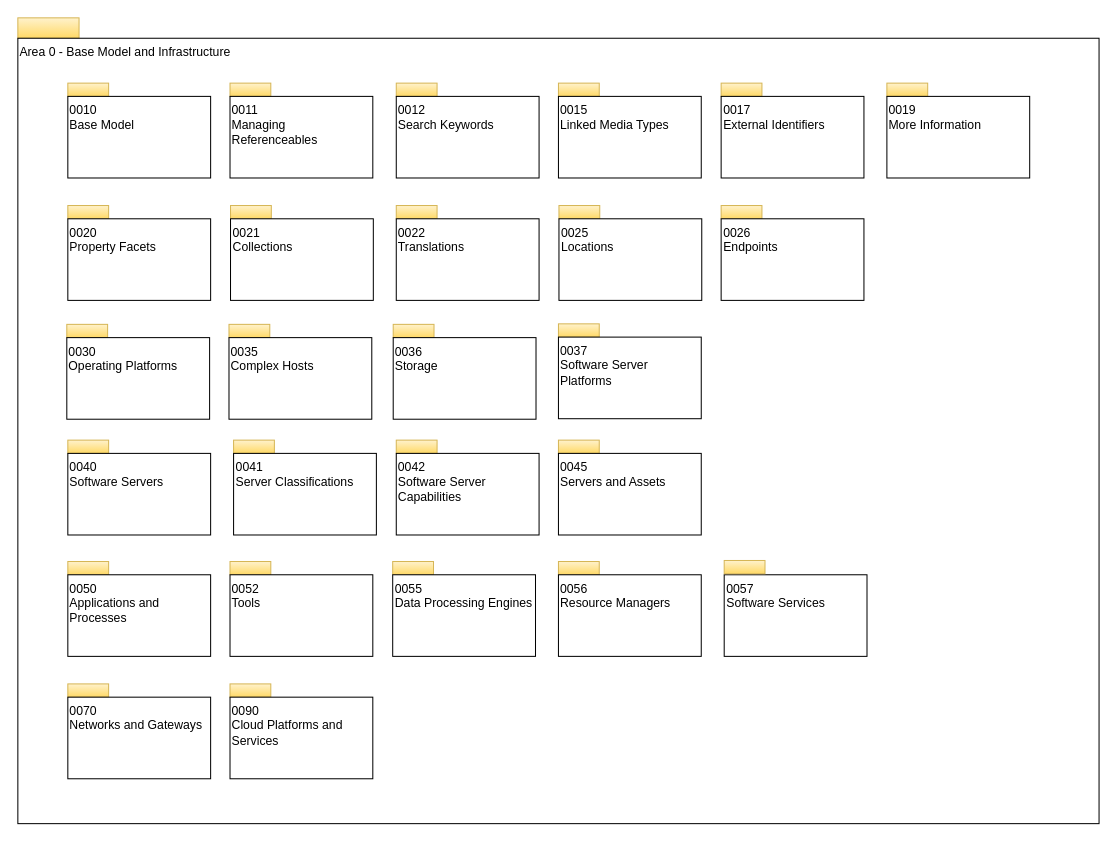
Above: page "overview" (1 of 31) of site/docs/types/0/area-0-basic-types-and-infrastructure.drawio in odpi/egeria-docs (draw.io), before the change. Source tidied: cells renumbered, new cells numbered last; positions are measured from the earlier drawing's top-left corner, leaving out a move shared by most shapes. Both pictures are drawn from the tidied source at 102%, with x=0, y=0 at pixel (17, 17).
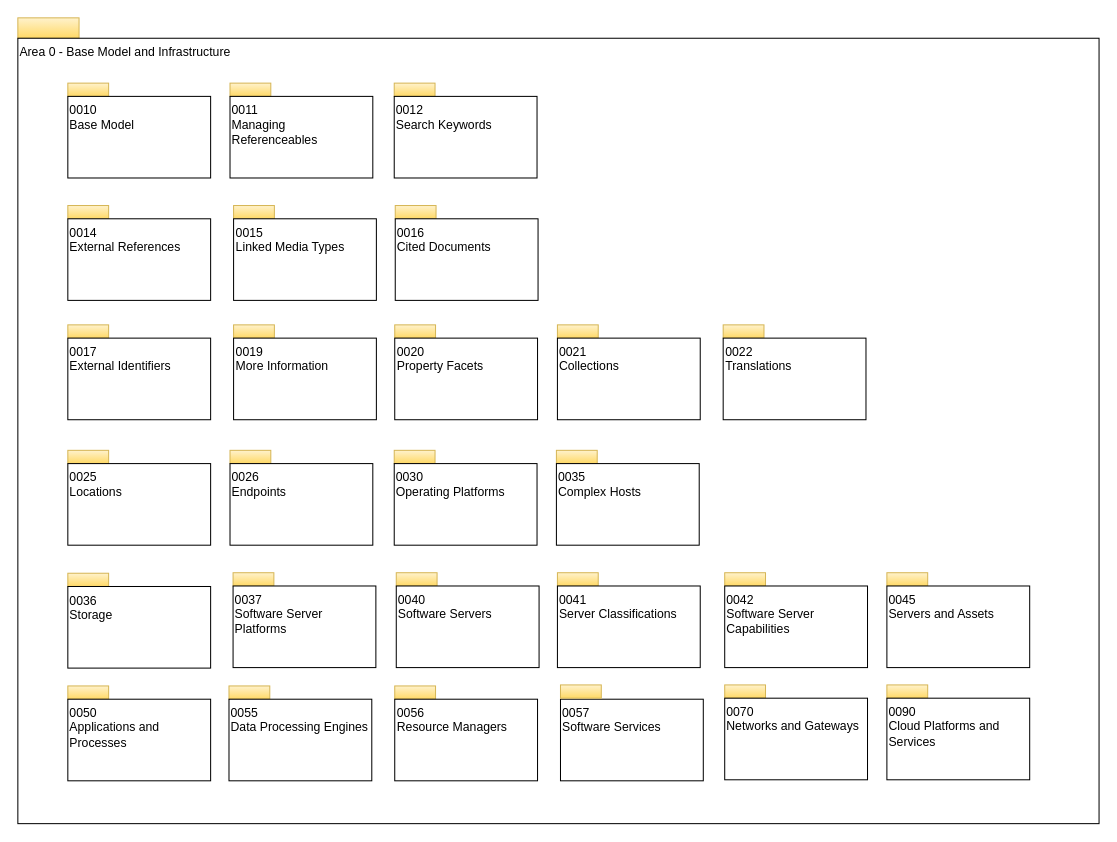
The same diagram, later.

Diff of the diagram source:
```diff
@@
     <mxCell id="4" style="rounded=0;whiteSpace=wrap;html=1;align=left;fillColor=#fff2cc;strokeColor=#d6b656;gradientColor=#ffd966;" parent="1" vertex="1">
-      <mxGeometry x="371" y="64" width="40" height="13" as="geometry" />
+      <mxGeometry x="369" y="64" width="40" height="13" as="geometry" />
     </mxCell>
     <mxCell id="5" value="0012&lt;br&gt;Search Keywords" style="rounded=0;whiteSpace=wrap;html=1;align=left;verticalAlign=top;" parent="1" vertex="1">
-      <mxGeometry x="371" y="77" width="140" height="80" as="geometry" />
+      <mxGeometry x="369" y="77" width="140" height="80" as="geometry" />
     </mxCell>
     <mxCell id="6" style="rounded=0;whiteSpace=wrap;html=1;align=left;fillColor=#fff2cc;strokeColor=#d6b656;gradientColor=#ffd966;" parent="1" vertex="1">
-      <mxGeometry x="530" y="64" width="40" height="13" as="geometry" />
+      <mxGeometry x="211.5" y="184" width="40" height="13" as="geometry" />
     </mxCell>
     <mxCell id="7" value="0015&lt;br&gt;Linked Media Types" style="rounded=0;whiteSpace=wrap;html=1;align=left;verticalAlign=top;" parent="1" vertex="1">
-      <mxGeometry x="530" y="77" width="140" height="80" as="geometry" />
+      <mxGeometry x="211.5" y="197" width="140" height="80" as="geometry" />
     </mxCell>
     <mxCell id="8" style="rounded=0;whiteSpace=wrap;html=1;align=left;fillColor=#fff2cc;strokeColor=#d6b656;gradientColor=#ffd966;" parent="1" vertex="1">
-      <mxGeometry x="689.5" y="64" width="40" height="13" as="geometry" />
+      <mxGeometry x="49" y="301" width="40" height="13" as="geometry" />
     </mxCell>
     <mxCell id="9" value="0017&lt;br&gt;External Identifiers&lt;br&gt;" style="rounded=0;whiteSpace=wrap;html=1;align=left;verticalAlign=top;" parent="1" vertex="1">
-      <mxGeometry x="689.5" y="77" width="140" height="80" as="geometry" />
+      <mxGeometry x="49" y="314" width="140" height="80" as="geometry" />
     </mxCell>
     <mxCell id="10" style="rounded=0;whiteSpace=wrap;html=1;align=left;fillColor=#fff2cc;strokeColor=#d6b656;gradientColor=#ffd966;" parent="1" vertex="1">
-      <mxGeometry x="49" y="184" width="40" height="13" as="geometry" />
+      <mxGeometry x="369.5" y="301" width="40" height="13" as="geometry" />
     </mxCell>
     <mxCell id="11" value="0020&lt;br&gt;Property Facets&lt;br&gt;" style="rounded=0;whiteSpace=wrap;html=1;align=left;verticalAlign=top;" parent="1" vertex="1">
-      <mxGeometry x="49" y="197" width="140" height="80" as="geometry" />
+      <mxGeometry x="369.5" y="314" width="140" height="80" as="geometry" />
     </mxCell>
     <mxCell id="12" style="rounded=0;whiteSpace=wrap;html=1;align=left;fillColor=#fff2cc;strokeColor=#d6b656;gradientColor=#ffd966;" parent="1" vertex="1">
-      <mxGeometry x="208.5" y="184" width="40" height="13" as="geometry" />
+      <mxGeometry x="529" y="301" width="40" height="13" as="geometry" />
     </mxCell>
     <mxCell id="13" value="0021&lt;br&gt;Collections" style="rounded=0;whiteSpace=wrap;html=1;align=left;verticalAlign=top;" parent="1" vertex="1">
-      <mxGeometry x="208.5" y="197" width="140" height="80" as="geometry" />
+      <mxGeometry x="529" y="314" width="140" height="80" as="geometry" />
     </mxCell>
     <mxCell id="14" style="rounded=0;whiteSpace=wrap;html=1;align=left;fillColor=#fff2cc;strokeColor=#d6b656;gradientColor=#ffd966;" parent="1" vertex="1">
-      <mxGeometry x="48" y="300.5" width="40" height="13" as="geometry" />
+      <mxGeometry x="369" y="424" width="40" height="13" as="geometry" />
     </mxCell>
     <mxCell id="15" value="0030&lt;br&gt;Operating Platforms" style="rounded=0;whiteSpace=wrap;html=1;align=left;verticalAlign=top;" parent="1" vertex="1">
-      <mxGeometry x="48" y="313.5" width="140" height="80" as="geometry" />
+      <mxGeometry x="369" y="437" width="140" height="80" as="geometry" />
     </mxCell>
     <mxCell id="16" style="rounded=0;whiteSpace=wrap;html=1;align=left;fillColor=#fff2cc;strokeColor=#d6b656;gradientColor=#ffd966;" parent="1" vertex="1">
-      <mxGeometry x="207" y="300.5" width="40" height="13" as="geometry" />
+      <mxGeometry x="528" y="424" width="40" height="13" as="geometry" />
     </mxCell>
     <mxCell id="17" value="0035&lt;br&gt;Complex Hosts&lt;br&gt;" style="rounded=0;whiteSpace=wrap;html=1;align=left;verticalAlign=top;" parent="1" vertex="1">
-      <mxGeometry x="207" y="313.5" width="140" height="80" as="geometry" />
+      <mxGeometry x="528" y="437" width="140" height="80" as="geometry" />
     </mxCell>
     <mxCell id="18" style="rounded=0;whiteSpace=wrap;html=1;align=left;fillColor=#fff2cc;strokeColor=#d6b656;gradientColor=#ffd966;" parent="1" vertex="1">
-      <mxGeometry x="49" y="414" width="40" height="13" as="geometry" />
+      <mxGeometry x="371" y="544" width="40" height="13" as="geometry" />
     </mxCell>
     <mxCell id="19" value="0040&lt;br&gt;Software Servers&lt;br&gt;" style="rounded=0;whiteSpace=wrap;html=1;align=left;verticalAlign=top;" parent="1" vertex="1">
-      <mxGeometry x="49" y="427" width="140" height="80" as="geometry" />
+      <mxGeometry x="371" y="557" width="140" height="80" as="geometry" />
     </mxCell>
     <mxCell id="20" style="rounded=0;whiteSpace=wrap;html=1;align=left;fillColor=#fff2cc;strokeColor=#d6b656;gradientColor=#ffd966;" parent="1" vertex="1">
-      <mxGeometry x="211.5" y="414" width="40" height="13" as="geometry" />
+      <mxGeometry x="529" y="544" width="40" height="13" as="geometry" />
     </mxCell>
     <mxCell id="21" value="0041&lt;br&gt;Server Classifications" style="rounded=0;whiteSpace=wrap;html=1;align=left;verticalAlign=top;" parent="1" vertex="1">
-      <mxGeometry x="211.5" y="427" width="140" height="80" as="geometry" />
+      <mxGeometry x="529" y="557" width="140" height="80" as="geometry" />
     </mxCell>
-    <mxCell id="22" style="rounded=0;whiteSpace=wrap;html=1;align=left;fillColor=#fff2cc;strokeColor=#d6b656;gradientColor=#ffd966;" parent="1" vertex="1">
-      <mxGeometry x="49" y="653" width="40" height="13" as="geometry" />
-    </mxCell>
-    <mxCell id="23" value="0070&lt;br&gt;Networks and Gateways&lt;br&gt;" style="rounded=0;whiteSpace=wrap;html=1;align=left;verticalAlign=top;" parent="1" vertex="1">
-      <mxGeometry x="49" y="666" width="140" height="80" as="geometry" />
-    </mxCell>
-    <mxCell id="24" style="rounded=0;whiteSpace=wrap;html=1;align=left;fillColor=#fff2cc;strokeColor=#d6b656;gradientColor=#ffd966;" parent="1" vertex="1">
-      <mxGeometry x="208" y="653" width="40" height="13" as="geometry" />
-    </mxCell>
-    <mxCell id="25" value="0090&lt;br&gt;Cloud Platforms and Services&lt;br&gt;" style="rounded=0;whiteSpace=wrap;html=1;align=left;verticalAlign=top;" parent="1" vertex="1">
-      <mxGeometry x="208" y="666" width="140" height="80" as="geometry" />
-    </mxCell>
-    <mxCell id="26" style="rounded=0;whiteSpace=wrap;html=1;align=left;fillColor=#fff2cc;strokeColor=#d6b656;gradientColor=#ffd966;" parent="1" vertex="1">
-      <mxGeometry x="49" y="533" width="40" height="13" as="geometry" />
-    </mxCell>
-    <mxCell id="27" value="0050&lt;br&gt;Applications and&lt;br&gt;Processes&lt;br&gt;" style="rounded=0;whiteSpace=wrap;html=1;align=left;verticalAlign=top;" parent="1" vertex="1">
-      <mxGeometry x="49" y="546" width="140" height="80" as="geometry" />
-    </mxCell>
     <mxCell id="28" style="rounded=0;whiteSpace=wrap;html=1;align=left;fillColor=#fff2cc;strokeColor=#d6b656;gradientColor=#ffd966;" parent="1" vertex="1">
-      <mxGeometry x="208" y="533" width="40" height="13" as="geometry" />
+      <mxGeometry x="49" y="184" width="40" height="13" as="geometry" />
     </mxCell>
-    <mxCell id="29" value="0052&lt;br&gt;Tools&lt;br&gt;" style="rounded=0;whiteSpace=wrap;html=1;align=left;verticalAlign=top;" parent="1" vertex="1">
-      <mxGeometry x="208" y="546" width="140" height="80" as="geometry" />
+    <mxCell id="29" value="0014&lt;br&gt;External References" style="rounded=0;whiteSpace=wrap;html=1;align=left;verticalAlign=top;" parent="1" vertex="1">
+      <mxGeometry x="49" y="197" width="140" height="80" as="geometry" />
     </mxCell>
-    <mxCell id="30" style="rounded=0;whiteSpace=wrap;html=1;align=left;fillColor=#fff2cc;strokeColor=#d6b656;gradientColor=#ffd966;" parent="1" vertex="1">
-      <mxGeometry x="367.5" y="533" width="40" height="13" as="geometry" />
-    </mxCell>
-    <mxCell id="31" value="0055&lt;br&gt;Data Processing Engines&lt;br&gt;" style="rounded=0;whiteSpace=wrap;html=1;align=left;verticalAlign=top;" parent="1" vertex="1">
-      <mxGeometry x="367.5" y="546" width="140" height="80" as="geometry" />
-    </mxCell>
     <mxCell id="32" style="rounded=0;whiteSpace=wrap;html=1;align=left;fillColor=#fff2cc;strokeColor=#d6b656;gradientColor=#ffd966;" parent="1" vertex="1">
-      <mxGeometry x="368" y="300.5" width="40" height="13" as="geometry" />
+      <mxGeometry x="49" y="544.5" width="40" height="13" as="geometry" />
     </mxCell>
     <mxCell id="33" value="0036&lt;br&gt;Storage" style="rounded=0;whiteSpace=wrap;html=1;align=left;verticalAlign=top;" parent="1" vertex="1">
-      <mxGeometry x="368" y="313.5" width="140" height="80" as="geometry" />
+      <mxGeometry x="49" y="557.5" width="140" height="80" as="geometry" />
     </mxCell>
     <mxCell id="34" style="rounded=0;whiteSpace=wrap;html=1;align=left;fillColor=#fff2cc;strokeColor=#d6b656;gradientColor=#ffd966;" parent="1" vertex="1">
-      <mxGeometry x="371" y="414" width="40" height="13" as="geometry" />
+      <mxGeometry x="693" y="544" width="40" height="13" as="geometry" />
     </mxCell>
     <mxCell id="35" value="0042&lt;br&gt;Software Server Capabilities" style="rounded=0;whiteSpace=wrap;html=1;align=left;verticalAlign=top;" parent="1" vertex="1">
-      <mxGeometry x="371" y="427" width="140" height="80" as="geometry" />
+      <mxGeometry x="693" y="557" width="140" height="80" as="geometry" />
     </mxCell>
     <mxCell id="36" style="rounded=0;whiteSpace=wrap;html=1;align=left;fillColor=#fff2cc;strokeColor=#d6b656;gradientColor=#ffd966;" parent="1" vertex="1">
-      <mxGeometry x="852" y="64" width="40" height="13" as="geometry" />
+      <mxGeometry x="211.5" y="301" width="40" height="13" as="geometry" />
     </mxCell>
     <mxCell id="37" value="0019&lt;br&gt;More Information" style="rounded=0;whiteSpace=wrap;html=1;align=left;verticalAlign=top;" parent="1" vertex="1">
-      <mxGeometry x="852" y="77" width="140" height="80" as="geometry" />
+      <mxGeometry x="211.5" y="314" width="140" height="80" as="geometry" />
     </mxCell>
-    <mxCell id="38" style="rounded=0;whiteSpace=wrap;html=1;align=left;fillColor=#fff2cc;strokeColor=#d6b656;gradientColor=#ffd966;" parent="1" vertex="1">
-      <mxGeometry x="530" y="533" width="40" height="13" as="geometry" />
-    </mxCell>
-    <mxCell id="39" value="0056&lt;br&gt;Resource Managers" style="rounded=0;whiteSpace=wrap;html=1;align=left;verticalAlign=top;" parent="1" vertex="1">
-      <mxGeometry x="530" y="546" width="140" height="80" as="geometry" />
-    </mxCell>
@@
-    <mxCell id="44" value="0057&lt;br&gt;Software Services" style="rounded=0;whiteSpace=wrap;html=1;align=left;verticalAlign=top;" parent="1" vertex="1">
-      <mxGeometry x="692.5" y="546" width="140" height="80" as="geometry" />
-    </mxCell>
-    <mxCell id="45" style="rounded=0;whiteSpace=wrap;html=1;align=left;fillColor=#fff2cc;strokeColor=#d6b656;gradientColor=#ffd966;" parent="1" vertex="1">
-      <mxGeometry x="692.5" y="532" width="40" height="13" as="geometry" />
-    </mxCell>
     <mxCell id="46" style="rounded=0;whiteSpace=wrap;html=1;align=left;fillColor=#fff2cc;strokeColor=#d6b656;gradientColor=#ffd966;" parent="1" vertex="1">
-      <mxGeometry x="530.5" y="184" width="40" height="13" as="geometry" />
+      <mxGeometry x="49" y="424" width="40" height="13" as="geometry" />
     </mxCell>
     <mxCell id="47" value="0025&lt;br&gt;Locations&lt;br&gt;" style="rounded=0;whiteSpace=wrap;html=1;align=left;verticalAlign=top;" parent="1" vertex="1">
-      <mxGeometry x="530.5" y="197" width="140" height="80" as="geometry" />
+      <mxGeometry x="49" y="437" width="140" height="80" as="geometry" />
     </mxCell>
     <mxCell id="48" style="rounded=0;whiteSpace=wrap;html=1;align=left;fillColor=#fff2cc;strokeColor=#d6b656;gradientColor=#ffd966;" parent="1" vertex="1">
-      <mxGeometry x="689.5" y="184" width="40" height="13" as="geometry" />
+      <mxGeometry x="208" y="424" width="40" height="13" as="geometry" />
     </mxCell>
     <mxCell id="49" value="0026&lt;br&gt;Endpoints" style="rounded=0;whiteSpace=wrap;html=1;align=left;verticalAlign=top;" parent="1" vertex="1">
-      <mxGeometry x="689.5" y="197" width="140" height="80" as="geometry" />
+      <mxGeometry x="208" y="437" width="140" height="80" as="geometry" />
     </mxCell>
     <mxCell id="50" style="rounded=0;whiteSpace=wrap;html=1;align=left;fillColor=#fff2cc;strokeColor=#d6b656;gradientColor=#ffd966;" parent="1" vertex="1">
-      <mxGeometry x="530" y="300" width="40" height="13" as="geometry" />
+      <mxGeometry x="211" y="544" width="40" height="13" as="geometry" />
     </mxCell>
     <mxCell id="51" value="0037&lt;br&gt;Software Server Platforms" style="rounded=0;whiteSpace=wrap;html=1;align=left;verticalAlign=top;" parent="1" vertex="1">
-      <mxGeometry x="530" y="313" width="140" height="80" as="geometry" />
+      <mxGeometry x="211" y="557" width="140" height="80" as="geometry" />
     </mxCell>
     <mxCell id="52" style="rounded=0;whiteSpace=wrap;html=1;align=left;fillColor=#fff2cc;strokeColor=#d6b656;gradientColor=#ffd966;" parent="1" vertex="1">
-      <mxGeometry x="530" y="414" width="40" height="13" as="geometry" />
+      <mxGeometry x="852" y="544" width="40" height="13" as="geometry" />
     </mxCell>
     <mxCell id="53" value="0045&lt;br&gt;Servers and Assets&lt;br&gt;" style="rounded=0;whiteSpace=wrap;html=1;align=left;verticalAlign=top;" parent="1" vertex="1">
-      <mxGeometry x="530" y="427" width="140" height="80" as="geometry" />
+      <mxGeometry x="852" y="557" width="140" height="80" as="geometry" />
     </mxCell>
     <mxCell id="54" style="rounded=0;whiteSpace=wrap;html=1;align=left;fillColor=#fff2cc;strokeColor=#d6b656;gradientColor=#ffd966;" parent="1" vertex="1">
-      <mxGeometry x="371" y="184" width="40" height="13" as="geometry" />
+      <mxGeometry x="691.5" y="301" width="40" height="13" as="geometry" />
     </mxCell>
     <mxCell id="55" value="0022&lt;br&gt;Translations" style="rounded=0;whiteSpace=wrap;html=1;align=left;verticalAlign=top;" parent="1" vertex="1">
-      <mxGeometry x="371" y="197" width="140" height="80" as="geometry" />
+      <mxGeometry x="691.5" y="314" width="140" height="80" as="geometry" />
     </mxCell>
+    <mxCell id="56" style="rounded=0;whiteSpace=wrap;html=1;align=left;fillColor=#fff2cc;strokeColor=#d6b656;gradientColor=#ffd966;" parent="1" vertex="1">
+      <mxGeometry x="693" y="654" width="40" height="13" as="geometry" />
+    </mxCell>
+    <mxCell id="23" value="0070&lt;br&gt;Networks and Gateways&lt;br&gt;" style="rounded=0;whiteSpace=wrap;html=1;align=left;verticalAlign=top;" parent="1" vertex="1">
+      <mxGeometry x="693" y="667" width="140" height="80" as="geometry" />
+    </mxCell>
+    <mxCell id="57" style="rounded=0;whiteSpace=wrap;html=1;align=left;fillColor=#fff2cc;strokeColor=#d6b656;gradientColor=#ffd966;" parent="1" vertex="1">
+      <mxGeometry x="852" y="654" width="40" height="13" as="geometry" />
+    </mxCell>
+    <mxCell id="25" value="0090&lt;br&gt;Cloud Platforms and Services&lt;br&gt;" style="rounded=0;whiteSpace=wrap;html=1;align=left;verticalAlign=top;" parent="1" vertex="1">
+      <mxGeometry x="852" y="667" width="140" height="80" as="geometry" />
+    </mxCell>
+    <mxCell id="58" style="rounded=0;whiteSpace=wrap;html=1;align=left;fillColor=#fff2cc;strokeColor=#d6b656;gradientColor=#ffd966;" parent="1" vertex="1">
+      <mxGeometry x="49" y="655" width="40" height="13" as="geometry" />
+    </mxCell>
+    <mxCell id="27" value="0050&lt;br&gt;Applications and&lt;br&gt;Processes&lt;br&gt;" style="rounded=0;whiteSpace=wrap;html=1;align=left;verticalAlign=top;" parent="1" vertex="1">
+      <mxGeometry x="49" y="668" width="140" height="80" as="geometry" />
+    </mxCell>
+    <mxCell id="59" style="rounded=0;whiteSpace=wrap;html=1;align=left;fillColor=#fff2cc;strokeColor=#d6b656;gradientColor=#ffd966;" parent="1" vertex="1">
+      <mxGeometry x="207" y="655" width="40" height="13" as="geometry" />
+    </mxCell>
+    <mxCell id="31" value="0055&lt;br&gt;Data Processing Engines&lt;br&gt;" style="rounded=0;whiteSpace=wrap;html=1;align=left;verticalAlign=top;" parent="1" vertex="1">
+      <mxGeometry x="207" y="668" width="140" height="80" as="geometry" />
+    </mxCell>
+    <mxCell id="60" style="rounded=0;whiteSpace=wrap;html=1;align=left;fillColor=#fff2cc;strokeColor=#d6b656;gradientColor=#ffd966;" parent="1" vertex="1">
+      <mxGeometry x="369.5" y="655" width="40" height="13" as="geometry" />
+    </mxCell>
+    <mxCell id="39" value="0056&lt;br&gt;Resource Managers" style="rounded=0;whiteSpace=wrap;html=1;align=left;verticalAlign=top;" parent="1" vertex="1">
+      <mxGeometry x="369.5" y="668" width="140" height="80" as="geometry" />
+    </mxCell>
+    <mxCell id="44" value="0057&lt;br&gt;Software Services" style="rounded=0;whiteSpace=wrap;html=1;align=left;verticalAlign=top;" parent="1" vertex="1">
+      <mxGeometry x="532" y="668" width="140" height="80" as="geometry" />
+    </mxCell>
+    <mxCell id="61" style="rounded=0;whiteSpace=wrap;html=1;align=left;fillColor=#fff2cc;strokeColor=#d6b656;gradientColor=#ffd966;" parent="1" vertex="1">
+      <mxGeometry x="532" y="654" width="40" height="13" as="geometry" />
+    </mxCell>
+    <mxCell id="62" style="rounded=0;whiteSpace=wrap;html=1;align=left;fillColor=#fff2cc;strokeColor=#d6b656;gradientColor=#ffd966;" parent="1" vertex="1">
+      <mxGeometry x="370" y="184" width="40" height="13" as="geometry" />
+    </mxCell>
+    <mxCell id="63" value="0016&lt;br&gt;Cited Documents" style="rounded=0;whiteSpace=wrap;html=1;align=left;verticalAlign=top;" parent="1" vertex="1">
+      <mxGeometry x="370" y="197" width="140" height="80" as="geometry" />
+    </mxCell>
```
